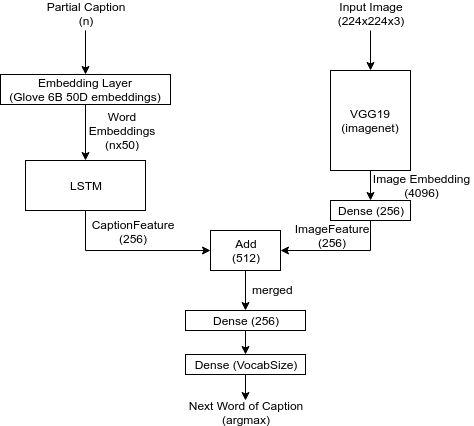
adityajn105/image-caption-bot keeps this draw.io diagram as architecture.png. Above is the earlier version. Source tidied: cells renumbered, new cells last; positions are measured from the earlier drawing's top-left corner, leaving out a move shared by most shapes. Its diagram source:
```xml
<mxGraphModel>
  <root>
    <mxCell id="0" />
    <mxCell id="1" parent="0" />
    <mxCell id="2" style="edgeStyle=orthogonalEdgeStyle;rounded=0;jettySize=auto;html=1;entryX=0.5;entryY=0;entryDx=0;entryDy=0;" parent="1" edge="1" source="3" target="9">
      <mxGeometry relative="1" as="geometry" />
    </mxCell>
    <mxCell id="3" style="rounded=0;whiteSpace=wrap;html=1;" parent="1" vertex="1">
      <mxGeometry x="330" y="70" width="80" height="100" as="geometry" />
    </mxCell>
    <mxCell id="4" value="VGG19&lt;br&gt;(imagenet)" style="text;html=1;strokeColor=none;fillColor=none;align=center;verticalAlign=middle;whiteSpace=wrap;rounded=0;direction=south;" parent="1" vertex="1">
      <mxGeometry x="360" y="100" width="20" height="40" as="geometry" />
    </mxCell>
    <mxCell id="5" style="edgeStyle=orthogonalEdgeStyle;rounded=0;orthogonalLoop=1;jettySize=auto;html=1;" parent="1" edge="1">
      <mxGeometry relative="1" as="geometry">
        <mxPoint x="370" y="30" as="sourcePoint" />
        <mxPoint x="370" y="70" as="targetPoint" />
      </mxGeometry>
    </mxCell>
    <mxCell id="6" value="Input Image&lt;br&gt;(224x224x3)" style="text;html=1;strokeColor=none;fillColor=none;align=center;verticalAlign=middle;whiteSpace=wrap;rounded=0;" parent="1" vertex="1">
      <mxGeometry x="320" width="100" height="25" as="geometry" />
    </mxCell>
    <mxCell id="7" value="Image Embedding (4096)" style="text;html=1;strokeColor=none;fillColor=none;align=center;verticalAlign=middle;whiteSpace=wrap;rounded=0;" parent="1" vertex="1">
      <mxGeometry x="370" y="163.5" width="103" height="43" as="geometry" />
    </mxCell>
    <mxCell id="8" style="edgeStyle=orthogonalEdgeStyle;rounded=0;jettySize=auto;html=1;" parent="1" edge="1" source="9">
      <mxGeometry relative="1" as="geometry">
        <mxPoint x="280" y="250" as="targetPoint" />
        <Array as="points">
          <mxPoint x="370" y="250" />
          <mxPoint x="370" y="250" />
        </Array>
      </mxGeometry>
    </mxCell>
    <mxCell id="9" value="Dense (256)" style="rounded=0;whiteSpace=wrap;html=1;" parent="1" vertex="1">
      <mxGeometry x="330" y="200" width="80" height="20" as="geometry" />
    </mxCell>
    <mxCell id="10" style="edgeStyle=orthogonalEdgeStyle;rounded=0;jettySize=auto;html=1;entryX=0.5;entryY=0;entryDx=0;entryDy=0;" parent="1" edge="1" target="13">
      <mxGeometry relative="1" as="geometry">
        <mxPoint x="85" y="30" as="sourcePoint" />
      </mxGeometry>
    </mxCell>
    <mxCell id="11" value="Partial Caption&lt;br&gt;(n)" style="text;html=1;strokeColor=none;fillColor=none;align=center;verticalAlign=middle;whiteSpace=wrap;rounded=0;" parent="1" vertex="1">
      <mxGeometry x="40" y="3" width="90" height="20" as="geometry" />
    </mxCell>
    <mxCell id="12" style="edgeStyle=orthogonalEdgeStyle;rounded=0;jettySize=auto;html=1;" parent="1" edge="1" source="13" target="15">
      <mxGeometry relative="1" as="geometry" />
    </mxCell>
    <mxCell id="13" value="Embedding Layer&lt;br&gt;(Glove 6B 50D embeddings)" style="rounded=0;whiteSpace=wrap;html=1;" parent="1" vertex="1">
      <mxGeometry y="74" width="170" height="30" as="geometry" />
    </mxCell>
    <mxCell id="14" style="edgeStyle=orthogonalEdgeStyle;rounded=0;jettySize=auto;html=1;entryX=0;entryY=0.5;entryDx=0;entryDy=0;" parent="1" edge="1" source="15" target="18">
      <mxGeometry relative="1" as="geometry">
        <Array as="points">
          <mxPoint x="85" y="250" />
        </Array>
      </mxGeometry>
    </mxCell>
    <mxCell id="15" value="LSTM" style="rounded=0;whiteSpace=wrap;html=1;" parent="1" vertex="1">
      <mxGeometry x="25" y="160" width="120" height="50" as="geometry" />
    </mxCell>
    <mxCell id="16" value="Word Embeddings&lt;br&gt;(nx50)" style="text;html=1;strokeColor=none;fillColor=none;align=center;verticalAlign=middle;whiteSpace=wrap;rounded=0;" parent="1" vertex="1">
      <mxGeometry x="102" y="120" width="40" height="20" as="geometry" />
    </mxCell>
    <mxCell id="17" style="edgeStyle=orthogonalEdgeStyle;rounded=0;jettySize=auto;html=1;" parent="1" edge="1" source="18" target="22">
      <mxGeometry relative="1" as="geometry" />
    </mxCell>
    <mxCell id="18" value="Add&lt;br&gt;(512)" style="rounded=0;whiteSpace=wrap;html=1;" parent="1" vertex="1">
      <mxGeometry x="210" y="230" width="70" height="40" as="geometry" />
    </mxCell>
    <mxCell id="19" value="ImageFeature&lt;br&gt;(256)" style="text;html=1;strokeColor=none;fillColor=none;align=center;verticalAlign=middle;whiteSpace=wrap;rounded=0;" parent="1" vertex="1">
      <mxGeometry x="298.5" y="225" width="65" height="20" as="geometry" />
    </mxCell>
    <mxCell id="20" value="CaptionFeature&lt;br&gt;(256)" style="text;html=1;strokeColor=none;fillColor=none;align=center;verticalAlign=middle;whiteSpace=wrap;rounded=0;" parent="1" vertex="1">
      <mxGeometry x="112" y="221" width="40" height="20" as="geometry" />
    </mxCell>
    <mxCell id="21" style="edgeStyle=orthogonalEdgeStyle;rounded=0;jettySize=auto;html=1;" parent="1" edge="1" source="22" target="24">
      <mxGeometry relative="1" as="geometry" />
    </mxCell>
    <mxCell id="22" value="Dense (256)" style="rounded=0;whiteSpace=wrap;html=1;" parent="1" vertex="1">
      <mxGeometry x="185" y="310" width="120" height="20" as="geometry" />
    </mxCell>
    <mxCell id="23" style="edgeStyle=orthogonalEdgeStyle;rounded=0;jettySize=auto;html=1;" parent="1" edge="1" source="24">
      <mxGeometry relative="1" as="geometry">
        <mxPoint x="245" y="400" as="targetPoint" />
      </mxGeometry>
    </mxCell>
    <mxCell id="24" value="Dense (VocabSize)" style="rounded=0;whiteSpace=wrap;html=1;" parent="1" vertex="1">
      <mxGeometry x="185" y="354" width="120" height="20" as="geometry" />
    </mxCell>
    <mxCell id="25" value="merged" style="text;html=1;align=left;verticalAlign=top;spacingTop=-4;" parent="1" vertex="1">
      <mxGeometry x="250" y="280" width="60" height="20" as="geometry" />
    </mxCell>
    <mxCell id="26" value="Next Word of Caption&lt;br&gt;(argmax)" style="text;html=1;strokeColor=none;fillColor=none;align=center;verticalAlign=middle;whiteSpace=wrap;rounded=0;" parent="1" vertex="1">
      <mxGeometry x="185" y="402" width="120" height="20" as="geometry" />
    </mxCell>
  </root>
</mxGraphModel>
```
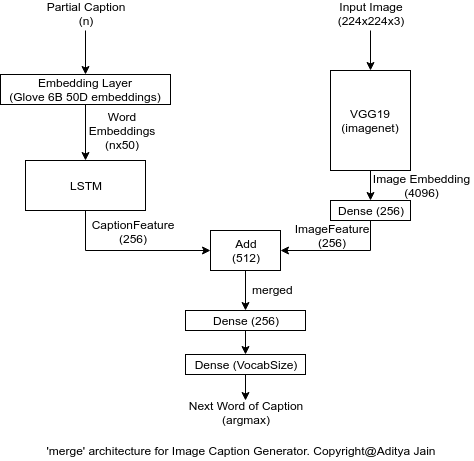
Above is the later version.

Change to the diagram source:
```diff
@@ -94,5 +94,8 @@
     <mxCell id="26" value="Next Word of Caption&lt;br&gt;(argmax)" style="text;html=1;strokeColor=none;fillColor=none;align=center;verticalAlign=middle;whiteSpace=wrap;rounded=0;" parent="1" vertex="1">
       <mxGeometry x="185" y="402" width="120" height="20" as="geometry" />
     </mxCell>
+    <mxCell id="27" value="'merge' architecture for Image Caption Generator. Copyright@Aditya Jain" style="text;html=1;strokeColor=none;fillColor=none;align=center;verticalAlign=middle;whiteSpace=wrap;rounded=0;" parent="1" vertex="1">
+      <mxGeometry x="40" y="440" width="400" height="20" as="geometry" />
+    </mxCell>
   </root>
 </mxGraphModel>
```
